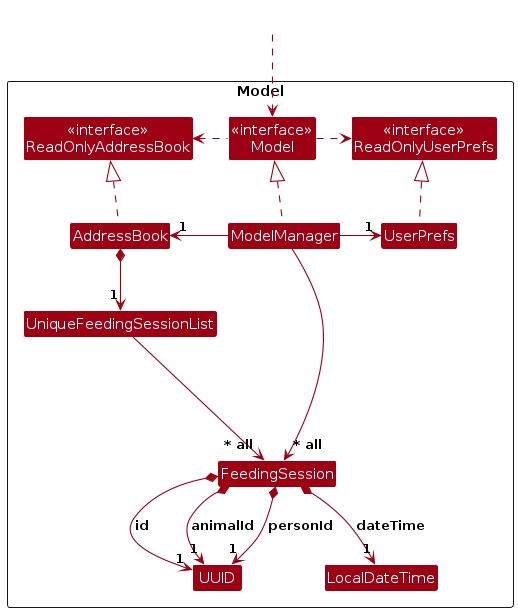
AY2526S1-CS2103T-W14-3/tp keeps this PlantUML diagram as diagrams/ModelFeedingSessionClassDiagram.png. Above is the earlier version. Its source is kept beside it as diagrams/ModelFeedingSessionClassDiagram.puml.
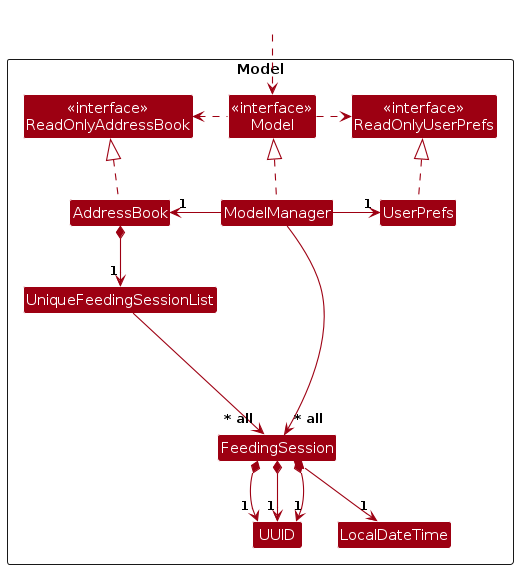
Above is the later version.

What changed in the source:
```diff
@@ -35,10 +35,10 @@
 AddressBook *--> "1" UniqueFeedingSessionList
 UniqueFeedingSessionList --> "~* all" FeedingSession
 
-FeedingSession *--> "1" UUID : id
-FeedingSession *--> "1" UUID : animalId
-FeedingSession *--> "1" UUID : personId
-FeedingSession *--> "1" LocalDateTime : dateTime
+FeedingSession *--> "1" UUID
+FeedingSession *--> "1" UUID
+FeedingSession *--> "1" UUID
+FeedingSession *--> "1" LocalDateTime
 
 FeedingSession -[hidden]up--> I
 UniqueFeedingSessionList -[hidden]right-> I
```
